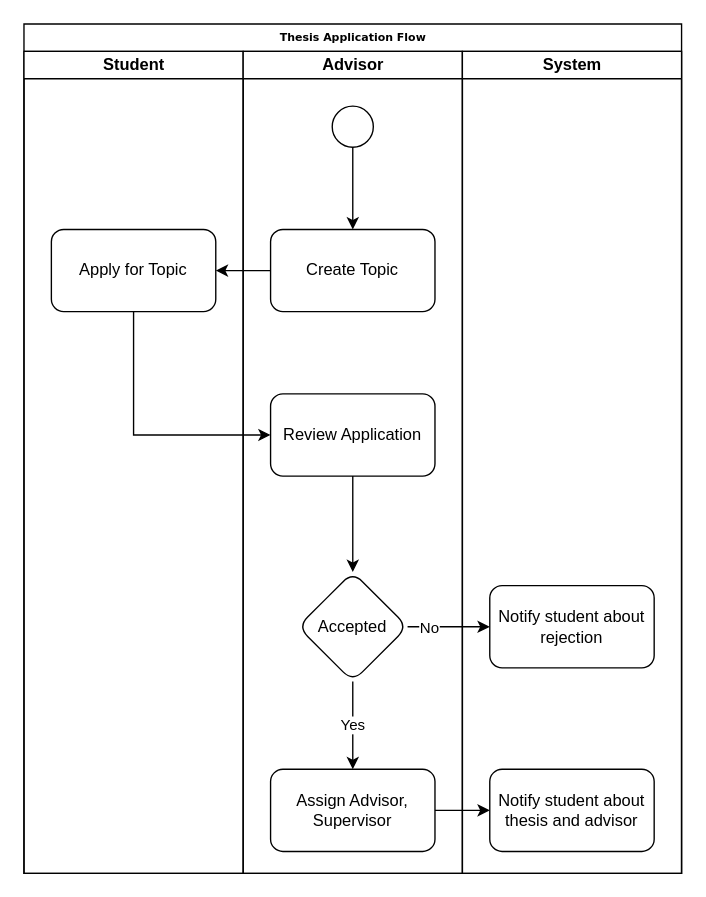
Earlier version of the draw.io diagram thesis-application-flowchart.drawio (fabian-emilius/bachelor-thesis-charts). Source tidied: cells renumbered, new cells numbered last; positions are measured from the earlier drawing's top-left corner, leaving out a move shared by most shapes. Both pictures are drawn from the tidied source at 137%, with x=0, y=0 at pixel (23, 23).
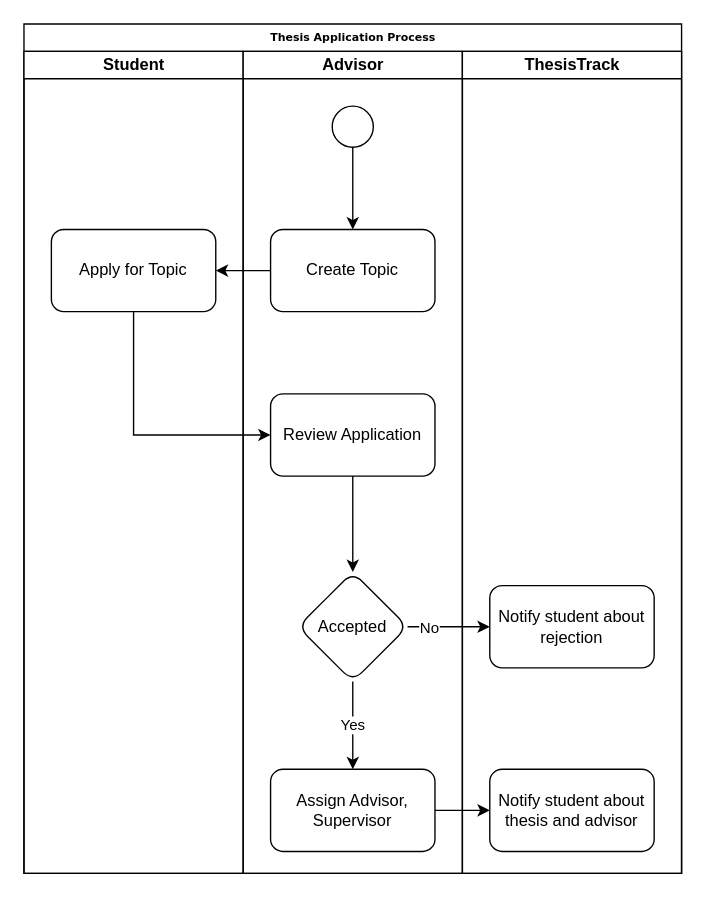
The same diagram, later.

What changed in the source:
```diff
@@
-    <mxCell id="2" value="Thesis Application Flow" style="swimlane;html=1;startSize=20;rounded=0;shadow=0;labelBackgroundColor=none;strokeWidth=1;fontFamily=Verdana;fontSize=8;align=center;" parent="1" vertex="1">
+    <mxCell id="2" value="Thesis Application Process" style="swimlane;html=1;startSize=20;rounded=0;shadow=0;labelBackgroundColor=none;strokeWidth=1;fontFamily=Verdana;fontSize=8;align=center;" parent="1" vertex="1">
       <mxGeometry width="480" height="620" as="geometry" />
     </mxCell>
@@
-    <mxCell id="14" value="System" style="swimlane;html=1;startSize=20;" parent="2" vertex="1">
+    <mxCell id="14" value="ThesisTrack" style="swimlane;html=1;startSize=20;" parent="2" vertex="1">
       <mxGeometry x="320" y="20" width="160" height="600" as="geometry" />
     </mxCell>
```
